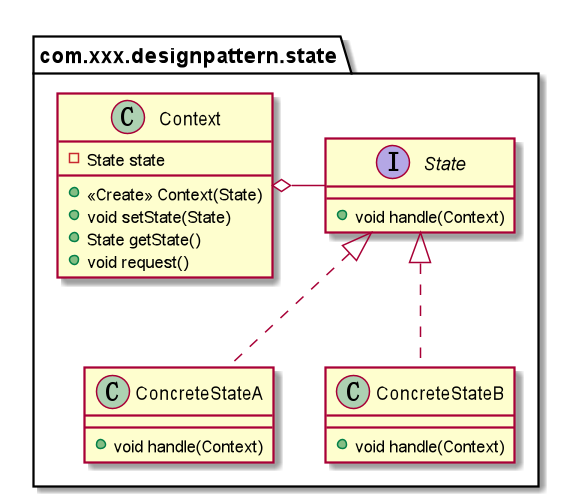
Before: source/_posts/2023/10/状态模式/state.png, a diagram exported from PlantUML (xiaojiaC/blog). The source it was exported from:
```plantuml
@startuml
interface com.xxx.designpattern.state.State {
+ void handle(Context)
}
class com.xxx.designpattern.state.ConcreteStateA {
+ void handle(Context)
}
class com.xxx.designpattern.state.ConcreteStateB {
+ void handle(Context)
}
class com.xxx.designpattern.state.Context {
- State state
+ <<Create>> Context(State)
+ void setState(State)
+ State getState()
+ void request()
}

com.xxx.designpattern.state.State <|.. com.xxx.designpattern.state.ConcreteStateA
com.xxx.designpattern.state.State <|.. com.xxx.designpattern.state.ConcreteStateB
com.xxx.designpattern.state.Context o- com.xxx.designpattern.state.State
@enduml
```
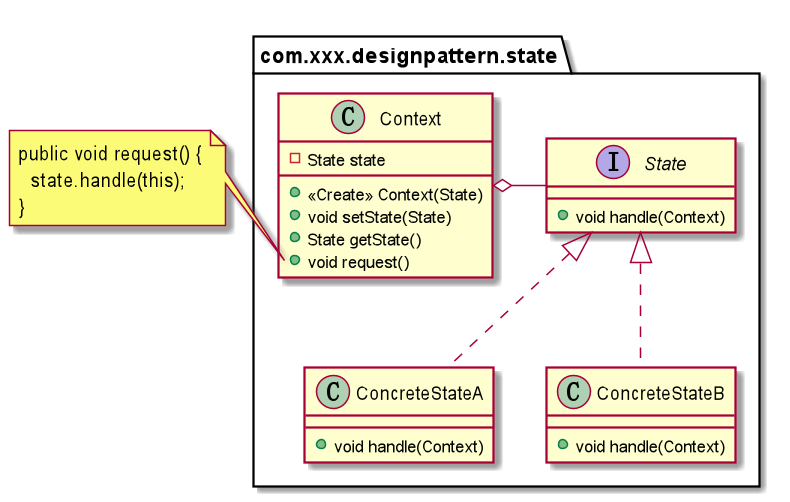
Later version of the same file.

The edit, as a diff of the source:
```diff
@@ -15,6 +15,11 @@
 + State getState()
 + void request()
 }
+note left of com.xxx.designpattern.state.Context::request
+public void request() {
+  state.handle(this);
+}
+end note
 
 com.xxx.designpattern.state.State <|.. com.xxx.designpattern.state.ConcreteStateA
 com.xxx.designpattern.state.State <|.. com.xxx.designpattern.state.ConcreteStateB
```
